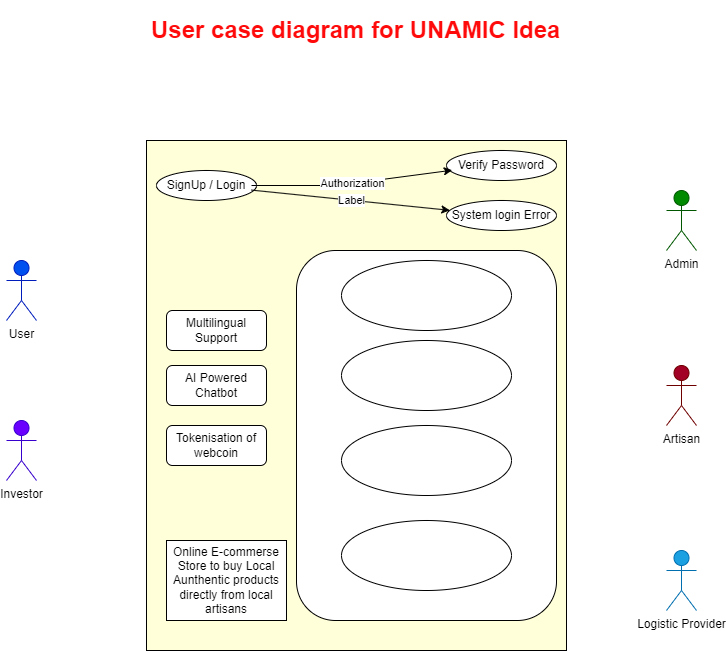
Before: SIH.drawio.png, a diagram exported from draw.io (unsparsh/SIH_2023). Source tidied: cells renumbered, new cells last; positions are measured from the earlier drawing's top-left corner, leaving out a move shared by most shapes.
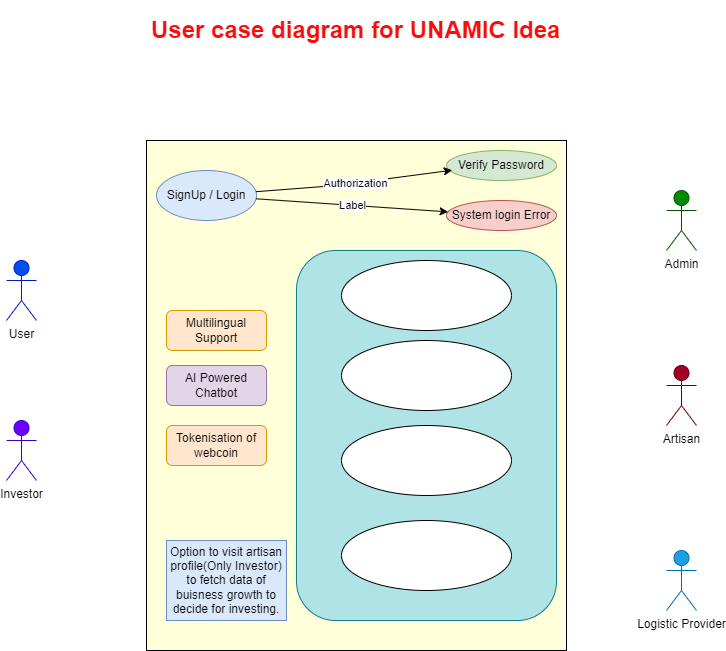
The same file after the commit.

The edit, as a diff of the source:
```diff
@@ -8,12 +8,9 @@
     <mxCell id="3" value="&lt;h1&gt;&lt;font color=&quot;#ff0a0a&quot;&gt;User case diagram for UNAMIC Idea&lt;/font&gt;&lt;/h1&gt;" style="text;html=1;strokeColor=none;fillColor=none;spacing=5;spacingTop=-20;whiteSpace=wrap;overflow=hidden;rounded=0;" parent="1" vertex="1">
       <mxGeometry x="140" width="465" height="40" as="geometry" />
     </mxCell>
-    <mxCell id="4" style="ellipse;whiteSpace=wrap;html=1;" parent="1" vertex="1">
-      <mxGeometry x="150" y="160" width="100" height="30" as="geometry" />
+    <mxCell id="4" value="&lt;span style=&quot;background-color: rgb(218, 232, 252);&quot;&gt;&lt;span style=&quot;color: rgb(0, 0, 0); font-family: Helvetica; font-size: 12px; font-style: normal; font-variant-ligatures: normal; font-variant-caps: normal; font-weight: 400; letter-spacing: normal; orphans: 2; text-align: center; text-indent: 0px; text-transform: none; widows: 2; word-spacing: 0px; -webkit-text-stroke-width: 0px; text-decoration-thickness: initial; text-decoration-style: initial; text-decoration-color: initial; float: none; display: inline !important;&quot;&gt;SignUp / Login&lt;/span&gt;&lt;br&gt;&lt;/span&gt;" style="ellipse;whiteSpace=wrap;html=1;fillColor=#dae8fc;strokeColor=#6c8ebf;" parent="1" vertex="1">
+      <mxGeometry x="150" y="160" width="100" height="50" as="geometry" />
     </mxCell>
-    <mxCell id="5" value="SignUp / Login" style="text;html=1;strokeColor=none;fillColor=none;align=center;verticalAlign=middle;whiteSpace=wrap;rounded=0;" parent="1" vertex="1">
-      <mxGeometry x="155" y="160" width="90" height="30" as="geometry" />
-    </mxCell>
     <mxCell id="6" value="&lt;font color=&quot;#000000&quot;&gt;User&lt;/font&gt;" style="shape=umlActor;verticalLabelPosition=bottom;verticalAlign=top;html=1;fillColor=#0050ef;strokeColor=#001DBC;fontColor=#ffffff;" parent="1" vertex="1">
       <mxGeometry y="250" width="30" height="60" as="geometry" />
     </mxCell>
@@ -26,13 +23,13 @@
     <mxCell id="9" value="&lt;font color=&quot;#000000&quot;&gt;Logistic Provider&lt;/font&gt;" style="shape=umlActor;verticalLabelPosition=bottom;verticalAlign=top;html=1;fillColor=#1ba1e2;fontColor=#ffffff;strokeColor=#006EAF;" parent="1" vertex="1">
       <mxGeometry x="660" y="540" width="30" height="60" as="geometry" />
     </mxCell>
-    <mxCell id="10" value="Verify Password" style="ellipse;whiteSpace=wrap;html=1;" parent="1" vertex="1">
+    <mxCell id="10" value="Verify Password" style="ellipse;whiteSpace=wrap;html=1;fillColor=#d5e8d4;strokeColor=#82b366;" parent="1" vertex="1">
       <mxGeometry x="440" y="140" width="110" height="30" as="geometry" />
     </mxCell>
-    <mxCell id="11" value="System login Error" style="ellipse;whiteSpace=wrap;html=1;" parent="1" vertex="1">
+    <mxCell id="11" value="System login Error" style="ellipse;whiteSpace=wrap;html=1;fillColor=#f8cecc;strokeColor=#b85450;" parent="1" vertex="1">
       <mxGeometry x="440" y="190" width="110" height="30" as="geometry" />
     </mxCell>
-    <mxCell id="12" style="endArrow=classic;html=1;rounded=0;entryX=0.052;entryY=0.657;entryDx=0;entryDy=0;entryPerimeter=0;" parent="1" edge="1" source="5" target="10">
+    <mxCell id="12" style="endArrow=classic;html=1;rounded=0;entryX=0.052;entryY=0.657;entryDx=0;entryDy=0;entryPerimeter=0;" parent="1" edge="1" source="4" target="10">
       <mxGeometry relative="1" as="geometry">
         <Array as="points">
           <mxPoint x="330" y="175" />
@@ -42,28 +39,28 @@
     <mxCell id="13" value="Authorization" style="edgeLabel;html=1;align=center;verticalAlign=middle;" parent="12" vertex="1">
       <mxGeometry relative="1" as="geometry" />
     </mxCell>
-    <mxCell id="14" style="endArrow=classic;html=1;rounded=0;" parent="1" edge="1" source="5" target="11">
+    <mxCell id="14" style="endArrow=classic;html=1;rounded=0;" parent="1" edge="1" source="4" target="11">
       <mxGeometry relative="1" as="geometry" />
     </mxCell>
     <mxCell id="15" value="Label" style="edgeLabel;html=1;align=center;verticalAlign=middle;" parent="14" vertex="1">
       <mxGeometry relative="1" as="geometry" />
     </mxCell>
-    <mxCell id="16" value="Multilingual Support" style="rounded=1;whiteSpace=wrap;html=1;" parent="1" vertex="1">
+    <mxCell id="16" value="Multilingual Support" style="rounded=1;whiteSpace=wrap;html=1;fillColor=#ffe6cc;strokeColor=#d79b00;" parent="1" vertex="1">
       <mxGeometry x="160" y="300" width="100" height="40" as="geometry" />
     </mxCell>
-    <mxCell id="17" value="AI Powered Chatbot" style="rounded=1;whiteSpace=wrap;html=1;" parent="1" vertex="1">
+    <mxCell id="17" value="AI Powered Chatbot" style="rounded=1;whiteSpace=wrap;html=1;fillColor=#e1d5e7;strokeColor=#9673a6;" parent="1" vertex="1">
       <mxGeometry x="160" y="355" width="100" height="40" as="geometry" />
     </mxCell>
-    <mxCell id="18" value="Tokenisation of webcoin" style="rounded=1;whiteSpace=wrap;html=1;" parent="1" vertex="1">
+    <mxCell id="18" value="Tokenisation of webcoin" style="rounded=1;whiteSpace=wrap;html=1;fillColor=#ffe6cc;strokeColor=#d79b00;" parent="1" vertex="1">
       <mxGeometry x="160" y="415" width="100" height="40" as="geometry" />
     </mxCell>
     <mxCell id="19" value="&lt;font color=&quot;#000000&quot;&gt;Investor&lt;/font&gt;" style="shape=umlActor;verticalLabelPosition=bottom;verticalAlign=top;html=1;fillColor=#6a00ff;fontColor=#ffffff;strokeColor=#3700CC;" parent="1" vertex="1">
       <mxGeometry y="410" width="30" height="60" as="geometry" />
     </mxCell>
-    <mxCell id="20" value="Online E-commerse Store to buy Local Aunthentic products directly from local artisans" style="rounded=0;whiteSpace=wrap;html=1;" parent="1" vertex="1">
+    <mxCell id="20" value="Option to visit artisan profile(Only Investor) to fetch data of buisness growth to decide for investing." style="rounded=0;whiteSpace=wrap;html=1;fillColor=#dae8fc;strokeColor=#6c8ebf;" parent="1" vertex="1">
       <mxGeometry x="160" y="530" width="120" height="80" as="geometry" />
     </mxCell>
-    <mxCell id="21" style="rounded=1;whiteSpace=wrap;html=1;" parent="1" vertex="1">
+    <mxCell id="21" style="rounded=1;whiteSpace=wrap;html=1;fillColor=#b0e3e6;strokeColor=#0e8088;" parent="1" vertex="1">
       <mxGeometry x="290" y="240" width="260" height="370" as="geometry" />
     </mxCell>
     <mxCell id="22" style="ellipse;whiteSpace=wrap;html=1;" parent="1" vertex="1">
```
